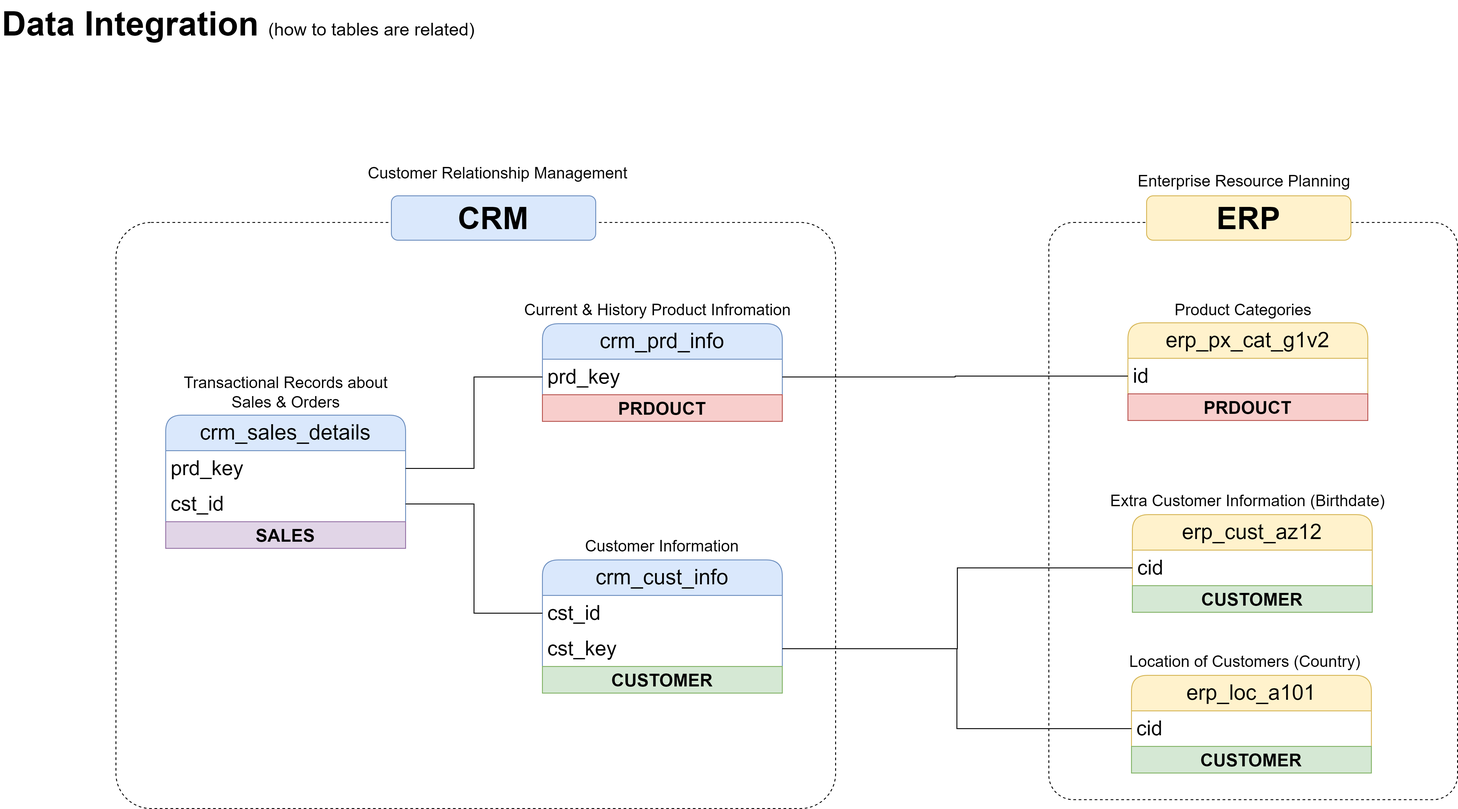
Earlier version of the draw.io export docs/data_integration.png (PriyanshuKumarWork/SQL_Data_Warehouse_Project). Source tidied: cells renumbered, new cells last; positions are measured from the earlier drawing's top-left corner, leaving out a move shared by most shapes. The source it was exported from:
```xml
<mxGraphModel>
  <root>
    <mxCell id="0" />
    <mxCell id="1" parent="0" />
    <mxCell id="2" style="rounded=1;whiteSpace=wrap;html=1;arcSize=6;fillColor=none;dashed=1;" parent="1" vertex="1">
      <mxGeometry x="130" y="250" width="810" height="660" as="geometry" />
    </mxCell>
    <mxCell id="3" style="rounded=1;whiteSpace=wrap;html=1;arcSize=6;fillColor=none;dashed=1;" parent="1" vertex="1">
      <mxGeometry x="1180" y="250" width="460" height="650" as="geometry" />
    </mxCell>
    <mxCell id="4" value="&lt;font style=&quot;&quot;&gt;&lt;b&gt;Data Integration&amp;nbsp;&lt;/b&gt;&lt;font style=&quot;font-size: 20px;&quot;&gt;(how to tables are related)&lt;/font&gt;&lt;br style=&quot;font-size: 38px;&quot;&gt;&lt;/font&gt;" style="text;html=1;strokeColor=none;fillColor=none;align=left;verticalAlign=middle;whiteSpace=wrap;rounded=1;fontSize=38;fontFamily=Helvetica;" parent="1" vertex="1">
      <mxGeometry width="770" height="54" as="geometry" />
    </mxCell>
    <mxCell id="5" value="crm_cust_info" style="swimlane;fontStyle=0;horizontal=1;startSize=40;whiteSpace=wrap;html=1;rounded=1;fillColor=#dae8fc;strokeColor=#6c8ebf;fontSize=24;" parent="1" vertex="1">
      <mxGeometry x="610" y="630" width="270" height="150" as="geometry" />
    </mxCell>
    <mxCell id="6" value="cst_id" style="text;strokeColor=none;fillColor=none;align=left;verticalAlign=middle;spacingLeft=4;spacingRight=4;overflow=hidden;points=[[0,0.5],[1,0.5]];portConstraint=eastwest;whiteSpace=wrap;html=1;fontSize=23;" parent="5" vertex="1">
      <mxGeometry y="40" width="270" height="40" as="geometry" />
    </mxCell>
    <mxCell id="7" value="cst_key" style="text;strokeColor=none;fillColor=none;align=left;verticalAlign=middle;spacingLeft=4;spacingRight=4;overflow=hidden;points=[[0,0.5],[1,0.5]];portConstraint=eastwest;whiteSpace=wrap;html=1;fontSize=23;" parent="5" vertex="1">
      <mxGeometry y="80" width="270" height="40" as="geometry" />
    </mxCell>
    <mxCell id="8" value="CUSTOMER" style="text;html=1;strokeColor=#82b366;fillColor=#d5e8d4;align=center;verticalAlign=middle;whiteSpace=wrap;overflow=hidden;fontSize=20;fontStyle=1;" parent="5" vertex="1">
      <mxGeometry y="120" width="270" height="30" as="geometry" />
    </mxCell>
    <mxCell id="9" value="&lt;font style=&quot;font-size: 18px;&quot;&gt;Customer Information&lt;/font&gt;" style="text;html=1;strokeColor=none;fillColor=none;align=center;verticalAlign=middle;whiteSpace=wrap;rounded=0;fontSize=18;" parent="1" vertex="1">
      <mxGeometry x="615" y="600" width="260" height="30" as="geometry" />
    </mxCell>
    <mxCell id="10" value="crm_prd_info" style="swimlane;fontStyle=0;horizontal=1;startSize=40;whiteSpace=wrap;html=1;rounded=1;fillColor=#dae8fc;strokeColor=#6c8ebf;fontSize=24;" parent="1" vertex="1">
      <mxGeometry x="610" y="364" width="270" height="110" as="geometry" />
    </mxCell>
    <mxCell id="11" value="prd_key" style="text;strokeColor=none;fillColor=none;align=left;verticalAlign=middle;spacingLeft=4;spacingRight=4;overflow=hidden;points=[[0,0.5],[1,0.5]];portConstraint=eastwest;whiteSpace=wrap;html=1;fontSize=23;" parent="10" vertex="1">
      <mxGeometry y="40" width="270" height="40" as="geometry" />
    </mxCell>
    <mxCell id="12" value="PRDOUCT" style="text;html=1;strokeColor=#b85450;fillColor=#f8cecc;align=center;verticalAlign=middle;whiteSpace=wrap;overflow=hidden;fontSize=20;fontStyle=1;" parent="10" vertex="1">
      <mxGeometry y="80" width="270" height="30" as="geometry" />
    </mxCell>
    <mxCell id="13" value="&lt;font style=&quot;font-size: 18px;&quot;&gt;Current &amp;amp; History Product Infromation&lt;/font&gt;" style="text;html=1;strokeColor=none;fillColor=none;align=center;verticalAlign=middle;whiteSpace=wrap;rounded=0;fontSize=18;" parent="1" vertex="1">
      <mxGeometry x="560" y="334" width="360" height="30" as="geometry" />
    </mxCell>
    <mxCell id="14" value="crm_sales_details" style="swimlane;fontStyle=0;horizontal=1;startSize=40;whiteSpace=wrap;html=1;rounded=1;fillColor=#dae8fc;strokeColor=#6c8ebf;fontSize=24;" parent="1" vertex="1">
      <mxGeometry x="186" y="467" width="270" height="150" as="geometry" />
    </mxCell>
    <mxCell id="15" value="prd_key" style="text;strokeColor=none;fillColor=none;align=left;verticalAlign=middle;spacingLeft=4;spacingRight=4;overflow=hidden;points=[[0,0.5],[1,0.5]];portConstraint=eastwest;whiteSpace=wrap;html=1;fontSize=23;" parent="14" vertex="1">
      <mxGeometry y="40" width="270" height="40" as="geometry" />
    </mxCell>
    <mxCell id="16" value="cst_id" style="text;strokeColor=none;fillColor=none;align=left;verticalAlign=middle;spacingLeft=4;spacingRight=4;overflow=hidden;points=[[0,0.5],[1,0.5]];portConstraint=eastwest;whiteSpace=wrap;html=1;fontSize=23;" parent="14" vertex="1">
      <mxGeometry y="80" width="270" height="40" as="geometry" />
    </mxCell>
    <mxCell id="17" value="SALES" style="text;html=1;strokeColor=#9673a6;fillColor=#e1d5e7;align=center;verticalAlign=middle;whiteSpace=wrap;overflow=hidden;fontSize=20;fontStyle=1;" parent="14" vertex="1">
      <mxGeometry y="120" width="270" height="30" as="geometry" />
    </mxCell>
    <mxCell id="18" value="&lt;font style=&quot;font-size: 18px;&quot;&gt;Transactional Records about Sales &amp;amp; Orders&lt;/font&gt;" style="text;html=1;strokeColor=none;fillColor=none;align=center;verticalAlign=middle;whiteSpace=wrap;rounded=0;fontSize=18;" parent="1" vertex="1">
      <mxGeometry x="188.5" y="427" width="265" height="30" as="geometry" />
    </mxCell>
    <mxCell id="19" style="edgeStyle=orthogonalEdgeStyle;rounded=0;jettySize=auto;html=1;entryX=0;entryY=0.5;entryDx=0;entryDy=0;endArrow=none;endFill=0;" parent="1" edge="1" source="16" target="6">
      <mxGeometry relative="1" as="geometry" />
    </mxCell>
    <mxCell id="20" style="edgeStyle=orthogonalEdgeStyle;rounded=0;jettySize=auto;html=1;entryX=0;entryY=0.5;entryDx=0;entryDy=0;endArrow=none;endFill=0;" parent="1" edge="1" source="15" target="11">
      <mxGeometry relative="1" as="geometry" />
    </mxCell>
    <mxCell id="21" value="erp_cust_az12" style="swimlane;fontStyle=0;horizontal=1;startSize=40;whiteSpace=wrap;html=1;rounded=1;fillColor=#fff2cc;strokeColor=#d6b656;fontSize=24;" parent="1" vertex="1">
      <mxGeometry x="1274" y="579" width="270" height="110" as="geometry" />
    </mxCell>
    <mxCell id="22" value="cid" style="text;strokeColor=none;fillColor=none;align=left;verticalAlign=middle;spacingLeft=4;spacingRight=4;overflow=hidden;points=[[0,0.5],[1,0.5]];portConstraint=eastwest;whiteSpace=wrap;html=1;fontSize=23;" parent="21" vertex="1">
      <mxGeometry y="40" width="270" height="40" as="geometry" />
    </mxCell>
    <mxCell id="23" value="CUSTOMER" style="text;html=1;strokeColor=#82b366;fillColor=#d5e8d4;align=center;verticalAlign=middle;whiteSpace=wrap;overflow=hidden;fontSize=20;fontStyle=1;" parent="21" vertex="1">
      <mxGeometry y="80" width="270" height="30" as="geometry" />
    </mxCell>
    <mxCell id="24" value="&lt;font style=&quot;font-size: 18px;&quot;&gt;Extra Customer Information (Birthdate)&lt;/font&gt;" style="text;html=1;strokeColor=none;fillColor=none;align=center;verticalAlign=middle;whiteSpace=wrap;rounded=0;fontSize=18;" parent="1" vertex="1">
      <mxGeometry x="1224" y="549" width="360" height="30" as="geometry" />
    </mxCell>
    <mxCell id="25" value="erp_loc_a101" style="swimlane;fontStyle=0;horizontal=1;startSize=40;whiteSpace=wrap;html=1;rounded=1;fillColor=#fff2cc;strokeColor=#d6b656;fontSize=24;" parent="1" vertex="1">
      <mxGeometry x="1273" y="760" width="270" height="110" as="geometry" />
    </mxCell>
    <mxCell id="26" value="cid" style="text;strokeColor=none;fillColor=none;align=left;verticalAlign=middle;spacingLeft=4;spacingRight=4;overflow=hidden;points=[[0,0.5],[1,0.5]];portConstraint=eastwest;whiteSpace=wrap;html=1;fontSize=23;" parent="25" vertex="1">
      <mxGeometry y="40" width="270" height="40" as="geometry" />
    </mxCell>
    <mxCell id="27" value="CUSTOMER" style="text;html=1;strokeColor=#82b366;fillColor=#d5e8d4;align=center;verticalAlign=middle;whiteSpace=wrap;overflow=hidden;fontSize=20;fontStyle=1;" parent="25" vertex="1">
      <mxGeometry y="80" width="270" height="30" as="geometry" />
    </mxCell>
    <mxCell id="28" value="&lt;font style=&quot;font-size: 18px;&quot;&gt;Location of Customers (Country)&lt;/font&gt;" style="text;html=1;strokeColor=none;fillColor=none;align=center;verticalAlign=middle;whiteSpace=wrap;rounded=0;fontSize=18;" parent="1" vertex="1">
      <mxGeometry x="1221" y="730" width="360" height="30" as="geometry" />
    </mxCell>
    <mxCell id="29" value="erp_px_cat_g1v2" style="swimlane;fontStyle=0;horizontal=1;startSize=40;whiteSpace=wrap;html=1;rounded=1;fillColor=#fff2cc;strokeColor=#d6b656;fontSize=24;" parent="1" vertex="1">
      <mxGeometry x="1269" y="363" width="270" height="110" as="geometry" />
    </mxCell>
    <mxCell id="30" value="id" style="text;strokeColor=none;fillColor=none;align=left;verticalAlign=middle;spacingLeft=4;spacingRight=4;overflow=hidden;points=[[0,0.5],[1,0.5]];portConstraint=eastwest;whiteSpace=wrap;html=1;fontSize=23;" parent="29" vertex="1">
      <mxGeometry y="40" width="270" height="40" as="geometry" />
    </mxCell>
    <mxCell id="31" value="PRDOUCT" style="text;html=1;strokeColor=#b85450;fillColor=#f8cecc;align=center;verticalAlign=middle;whiteSpace=wrap;overflow=hidden;fontSize=20;fontStyle=1;" parent="29" vertex="1">
      <mxGeometry y="80" width="270" height="30" as="geometry" />
    </mxCell>
    <mxCell id="32" value="&lt;font style=&quot;font-size: 18px;&quot;&gt;Product Categories&lt;/font&gt;" style="text;html=1;strokeColor=none;fillColor=none;align=center;verticalAlign=middle;whiteSpace=wrap;rounded=0;fontSize=18;" parent="1" vertex="1">
      <mxGeometry x="1219" y="334" width="360" height="30" as="geometry" />
    </mxCell>
    <mxCell id="33" style="edgeStyle=orthogonalEdgeStyle;rounded=0;jettySize=auto;html=1;entryX=1;entryY=0.5;entryDx=0;entryDy=0;endArrow=none;endFill=0;" parent="1" edge="1" source="30" target="11">
      <mxGeometry relative="1" as="geometry" />
    </mxCell>
    <mxCell id="34" value="&lt;font style=&quot;font-size: 35px;&quot;&gt;&lt;b&gt;CRM&lt;/b&gt;&lt;/font&gt;" style="rounded=1;whiteSpace=wrap;html=1;fillColor=#dae8fc;strokeColor=#6c8ebf;" parent="1" vertex="1">
      <mxGeometry x="440" y="220" width="230" height="50" as="geometry" />
    </mxCell>
    <mxCell id="35" value="&lt;font style=&quot;font-size: 35px;&quot;&gt;&lt;b&gt;ERP&lt;/b&gt;&lt;/font&gt;" style="rounded=1;whiteSpace=wrap;html=1;fillColor=#fff2cc;strokeColor=#d6b656;" parent="1" vertex="1">
      <mxGeometry x="1290" y="220" width="230" height="50" as="geometry" />
    </mxCell>
    <mxCell id="36" style="edgeStyle=orthogonalEdgeStyle;rounded=0;jettySize=auto;html=1;entryX=1;entryY=0.5;entryDx=0;entryDy=0;endArrow=none;endFill=0;" parent="1" edge="1" source="26" target="7">
      <mxGeometry relative="1" as="geometry" />
    </mxCell>
    <mxCell id="37" style="edgeStyle=orthogonalEdgeStyle;rounded=0;jettySize=auto;html=1;entryX=1;entryY=0.5;entryDx=0;entryDy=0;endArrow=none;endFill=0;" parent="1" edge="1" source="22" target="7">
      <mxGeometry relative="1" as="geometry" />
    </mxCell>
    <mxCell id="38" value="&lt;font style=&quot;font-size: 18px;&quot;&gt;Customer Relationship Management&lt;/font&gt;" style="text;html=1;strokeColor=none;fillColor=none;align=center;verticalAlign=middle;whiteSpace=wrap;rounded=0;fontSize=18;" parent="1" vertex="1">
      <mxGeometry x="380" y="180" width="360" height="30" as="geometry" />
    </mxCell>
    <mxCell id="39" value="&lt;font style=&quot;font-size: 18px;&quot;&gt;Enterprise Resource Planning&lt;/font&gt;" style="text;html=1;strokeColor=none;fillColor=none;align=center;verticalAlign=middle;whiteSpace=wrap;rounded=0;fontSize=18;" parent="1" vertex="1">
      <mxGeometry x="1220" y="189" width="360" height="30" as="geometry" />
    </mxCell>
  </root>
</mxGraphModel>
```
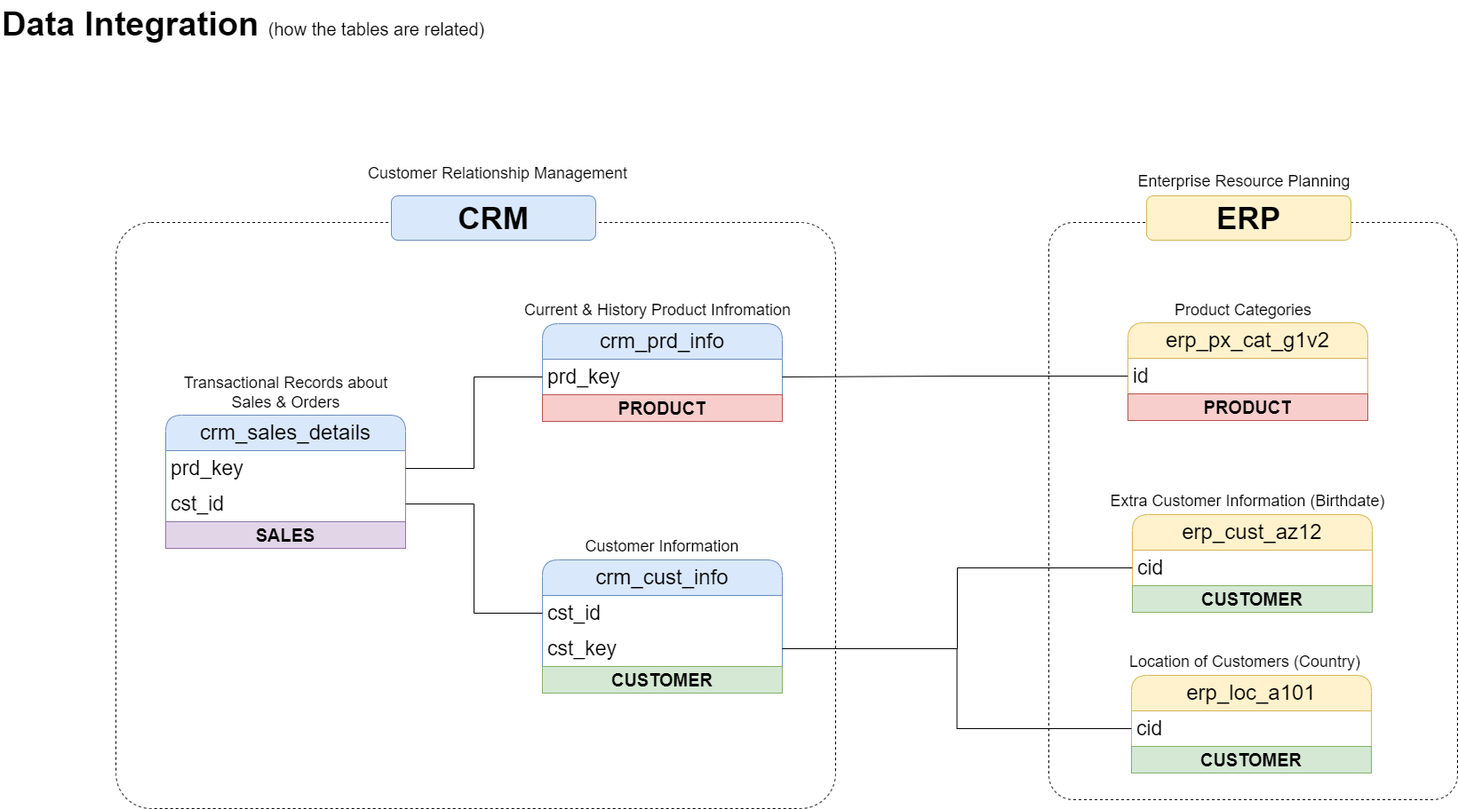
The same file after the commit.

Diff of the diagram source:
```diff
@@ -8,7 +8,7 @@
     <mxCell id="3" style="rounded=1;whiteSpace=wrap;html=1;arcSize=6;fillColor=none;dashed=1;" parent="1" vertex="1">
       <mxGeometry x="1180" y="250" width="460" height="650" as="geometry" />
     </mxCell>
-    <mxCell id="4" value="&lt;font style=&quot;&quot;&gt;&lt;b&gt;Data Integration&amp;nbsp;&lt;/b&gt;&lt;font style=&quot;font-size: 20px;&quot;&gt;(how to tables are related)&lt;/font&gt;&lt;br style=&quot;font-size: 38px;&quot;&gt;&lt;/font&gt;" style="text;html=1;strokeColor=none;fillColor=none;align=left;verticalAlign=middle;whiteSpace=wrap;rounded=1;fontSize=38;fontFamily=Helvetica;" parent="1" vertex="1">
+    <mxCell id="4" value="&lt;font style=&quot;&quot;&gt;&lt;b&gt;Data Integration&amp;nbsp;&lt;/b&gt;&lt;font style=&quot;font-size: 20px;&quot;&gt;(how the tables are related)&lt;/font&gt;&lt;br style=&quot;font-size: 38px;&quot;&gt;&lt;/font&gt;" style="text;html=1;strokeColor=none;fillColor=none;align=left;verticalAlign=middle;whiteSpace=wrap;rounded=1;fontSize=38;fontFamily=Helvetica;" parent="1" vertex="1">
       <mxGeometry width="770" height="54" as="geometry" />
     </mxCell>
     <mxCell id="5" value="crm_cust_info" style="swimlane;fontStyle=0;horizontal=1;startSize=40;whiteSpace=wrap;html=1;rounded=1;fillColor=#dae8fc;strokeColor=#6c8ebf;fontSize=24;" parent="1" vertex="1">
@@ -32,7 +32,7 @@
     <mxCell id="11" value="prd_key" style="text;strokeColor=none;fillColor=none;align=left;verticalAlign=middle;spacingLeft=4;spacingRight=4;overflow=hidden;points=[[0,0.5],[1,0.5]];portConstraint=eastwest;whiteSpace=wrap;html=1;fontSize=23;" parent="10" vertex="1">
       <mxGeometry y="40" width="270" height="40" as="geometry" />
     </mxCell>
-    <mxCell id="12" value="PRDOUCT" style="text;html=1;strokeColor=#b85450;fillColor=#f8cecc;align=center;verticalAlign=middle;whiteSpace=wrap;overflow=hidden;fontSize=20;fontStyle=1;" parent="10" vertex="1">
+    <mxCell id="12" value="PRODUCT" style="text;html=1;strokeColor=#b85450;fillColor=#f8cecc;align=center;verticalAlign=middle;whiteSpace=wrap;overflow=hidden;fontSize=20;fontStyle=1;" parent="10" vertex="1">
       <mxGeometry y="80" width="270" height="30" as="geometry" />
     </mxCell>
     <mxCell id="13" value="&lt;font style=&quot;font-size: 18px;&quot;&gt;Current &amp;amp; History Product Infromation&lt;/font&gt;" style="text;html=1;strokeColor=none;fillColor=none;align=center;verticalAlign=middle;whiteSpace=wrap;rounded=0;fontSize=18;" parent="1" vertex="1">
@@ -89,7 +89,7 @@
     <mxCell id="30" value="id" style="text;strokeColor=none;fillColor=none;align=left;verticalAlign=middle;spacingLeft=4;spacingRight=4;overflow=hidden;points=[[0,0.5],[1,0.5]];portConstraint=eastwest;whiteSpace=wrap;html=1;fontSize=23;" parent="29" vertex="1">
       <mxGeometry y="40" width="270" height="40" as="geometry" />
     </mxCell>
-    <mxCell id="31" value="PRDOUCT" style="text;html=1;strokeColor=#b85450;fillColor=#f8cecc;align=center;verticalAlign=middle;whiteSpace=wrap;overflow=hidden;fontSize=20;fontStyle=1;" parent="29" vertex="1">
+    <mxCell id="31" value="PRODUCT" style="text;html=1;strokeColor=#b85450;fillColor=#f8cecc;align=center;verticalAlign=middle;whiteSpace=wrap;overflow=hidden;fontSize=20;fontStyle=1;" parent="29" vertex="1">
       <mxGeometry y="80" width="270" height="30" as="geometry" />
     </mxCell>
     <mxCell id="32" value="&lt;font style=&quot;font-size: 18px;&quot;&gt;Product Categories&lt;/font&gt;" style="text;html=1;strokeColor=none;fillColor=none;align=center;verticalAlign=middle;whiteSpace=wrap;rounded=0;fontSize=18;" parent="1" vertex="1">
```
